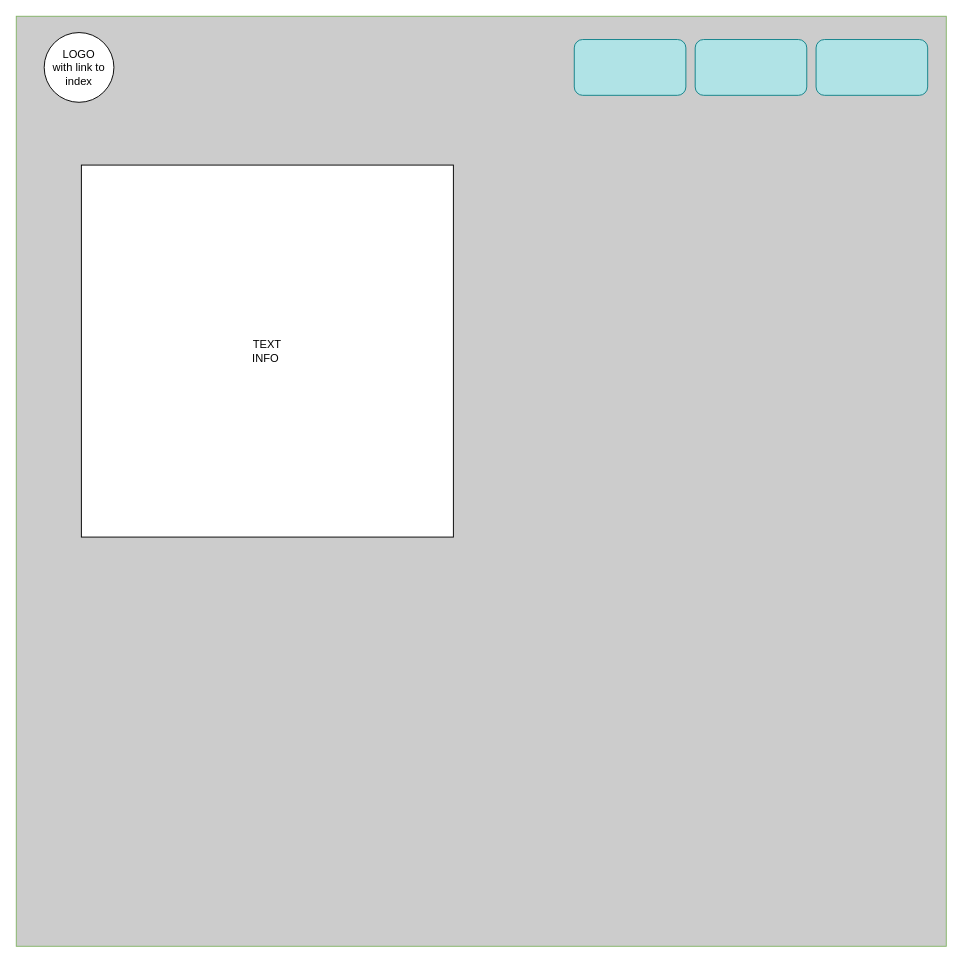
Earlier version of the draw.io diagram assets/extra files/Ontwerp website.drawio (88694/beroepsverzameling). Source tidied: cells renumbered, new cells numbered last; positions are measured from the earlier drawing's top-left corner, leaving out a move shared by most shapes. Both pictures are drawn from the tidied source at 93%, with x=0, y=0 at pixel (16, 16).
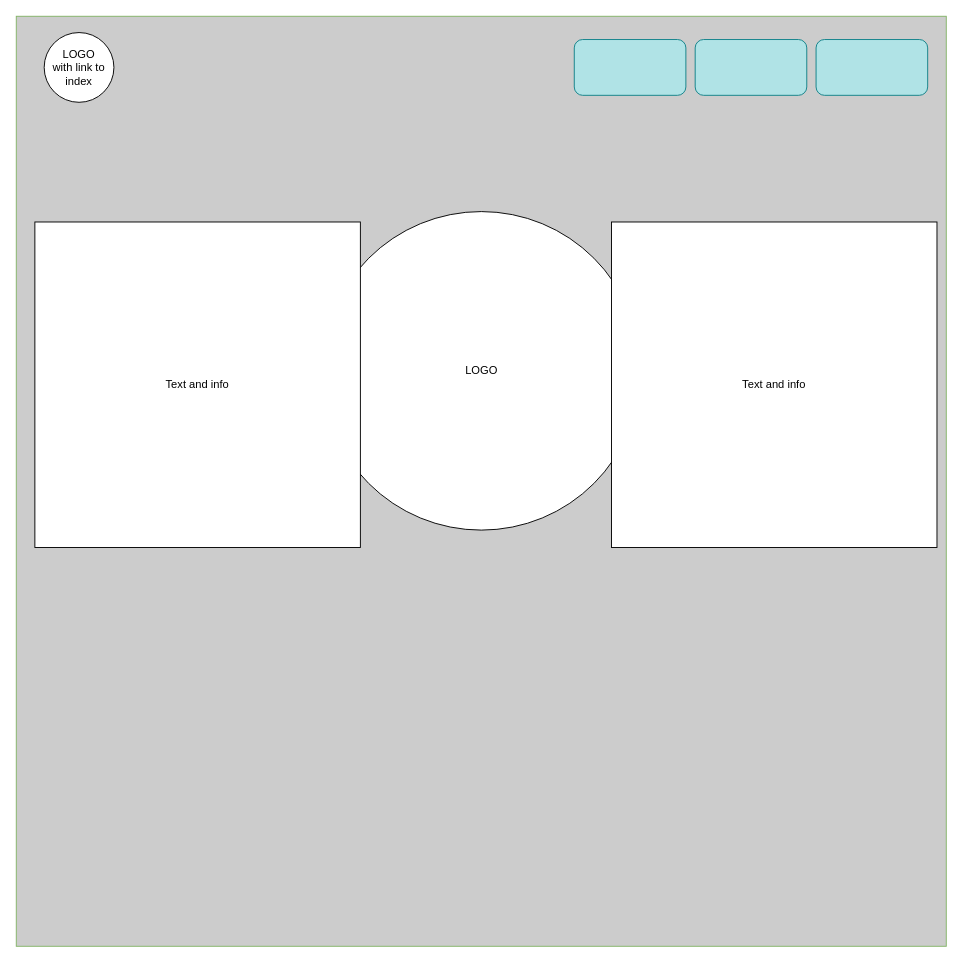
The same page after the edit.

The edit, as a diff of the source:
```diff
@@
 <mxGraphModel>
   <root>
     <mxCell id="0" />
     <mxCell id="1" parent="0" />
     <mxCell id="2" style="whiteSpace=wrap;html=1;fillColor=#CCCCCC;strokeColor=#82b366;" parent="1" vertex="1">
       <mxGeometry width="1000" height="1000" as="geometry" />
     </mxCell>
     <mxCell id="3" value="LOGO&lt;br&gt;with link to index" style="ellipse;whiteSpace=wrap;html=1;" parent="1" vertex="1">
       <mxGeometry x="30" y="17.5" width="75" height="75" as="geometry" />
     </mxCell>
     <mxCell id="4" style="rounded=1;whiteSpace=wrap;html=1;fillColor=#b0e3e6;strokeColor=#0e8088;" parent="1" vertex="1">
       <mxGeometry x="860" y="25" width="120" height="60" as="geometry" />
     </mxCell>
     <mxCell id="5" style="rounded=1;whiteSpace=wrap;html=1;fillColor=#b0e3e6;strokeColor=#0e8088;" parent="1" vertex="1">
       <mxGeometry x="730" y="25" width="120" height="60" as="geometry" />
     </mxCell>
     <mxCell id="6" style="rounded=1;whiteSpace=wrap;html=1;fillColor=#b0e3e6;strokeColor=#0e8088;" parent="1" vertex="1">
       <mxGeometry x="600" y="25" width="120" height="60" as="geometry" />
     </mxCell>
-    <mxCell id="7" value="TEXT&lt;br&gt;INFO&amp;nbsp;&lt;br&gt;" style="whiteSpace=wrap;html=1;" parent="1" vertex="1">
-      <mxGeometry x="70" y="160" width="400" height="400" as="geometry" />
-    </mxCell>
+    <mxCell id="8" value="LOGO" style="ellipse;whiteSpace=wrap;html=1;" parent="1" vertex="1">
+      <mxGeometry x="328.8" y="210" width="342.5" height="342.5" as="geometry" />
+    </mxCell>
+    <mxCell id="9" value="Text and info" style="whiteSpace=wrap;html=1;" parent="1" vertex="1">
+      <mxGeometry x="640" y="221.2" width="350" height="350" as="geometry" />
+    </mxCell>
+    <mxCell id="10" value="Text and info" style="whiteSpace=wrap;html=1;" parent="1" vertex="1">
+      <mxGeometry x="20" y="221.2" width="350" height="350" as="geometry" />
+    </mxCell>
   </root>
 </mxGraphModel>
```
